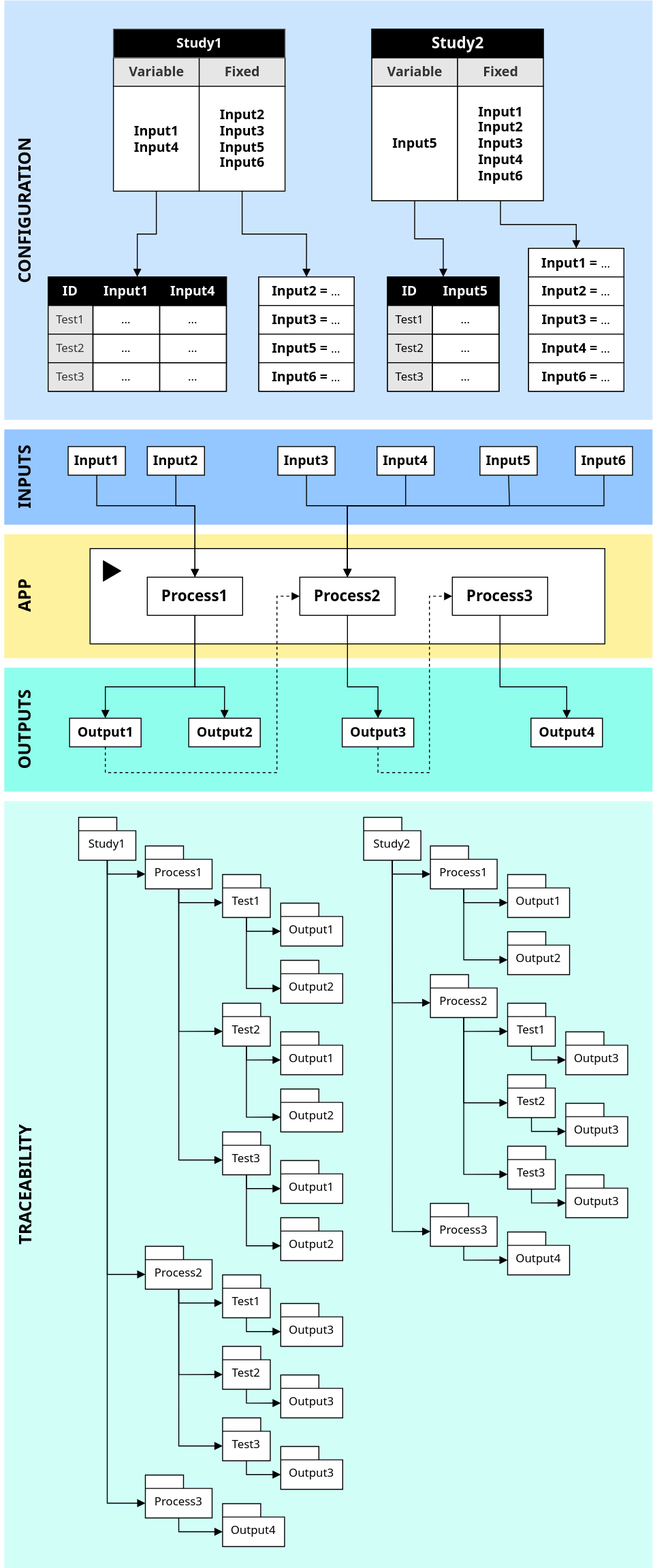
Above: images/nuRemics_Overview.svg in nuremics/nuremics.github.io (draw.io), before the change. Source tidied: cells renumbered, new cells last; positions are measured from the earlier drawing's top-left corner, leaving out a move shared by most shapes.
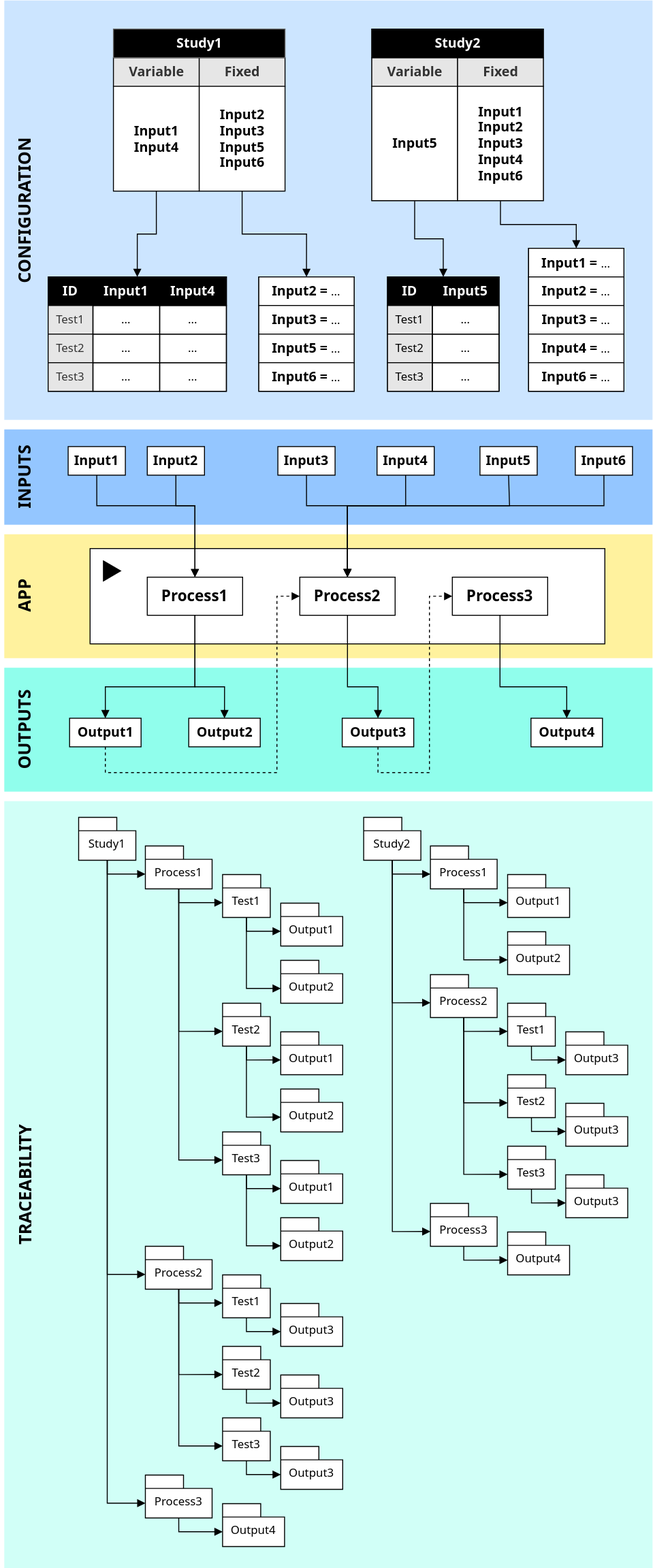
The same diagram one commit later.

Commit message:
Deployed ac86017 with MkDocs version: 1.6.1

The edit, as a diff of the source:
```diff
@@ -571,7 +571,7 @@
     <mxCell id="170" value="&lt;font style=&quot;font-size: 14px;&quot;&gt;Fixed&lt;/font&gt;" style="rounded=0;whiteSpace=wrap;html=1;fontFamily=Segoe UI;fontStyle=1;fillColor=#E6E6E6;fontColor=#333333;strokeColor=#040404;" parent="168" vertex="1">
       <mxGeometry x="90" y="30" width="90" height="30" as="geometry" />
     </mxCell>
-    <mxCell id="171" value="&lt;font style=&quot;font-size: 16px; color: rgb(253, 253, 253);&quot; face=&quot;Segoe UI&quot;&gt;&lt;b&gt;Study2&lt;/b&gt;&lt;/font&gt;" style="rounded=0;whiteSpace=wrap;html=1;fillColor=#000000;strokeColor=light-dark(#000000, #d7817e);" parent="168" vertex="1">
+    <mxCell id="171" value="&lt;font style=&quot;color: rgb(253, 253, 253); font-size: 14px;&quot; face=&quot;Segoe UI&quot;&gt;&lt;b style=&quot;&quot;&gt;Study2&lt;/b&gt;&lt;/font&gt;" style="rounded=0;whiteSpace=wrap;html=1;fillColor=#000000;strokeColor=light-dark(#000000, #d7817e);" parent="168" vertex="1">
       <mxGeometry width="180" height="30" as="geometry" />
     </mxCell>
     <mxCell id="172" value="&lt;font style=&quot;font-size: 14px;&quot; face=&quot;Segoe UI&quot;&gt;&lt;b&gt;Input5&lt;/b&gt;&lt;/font&gt;" style="rounded=0;whiteSpace=wrap;html=1;" parent="168" vertex="1">
```
